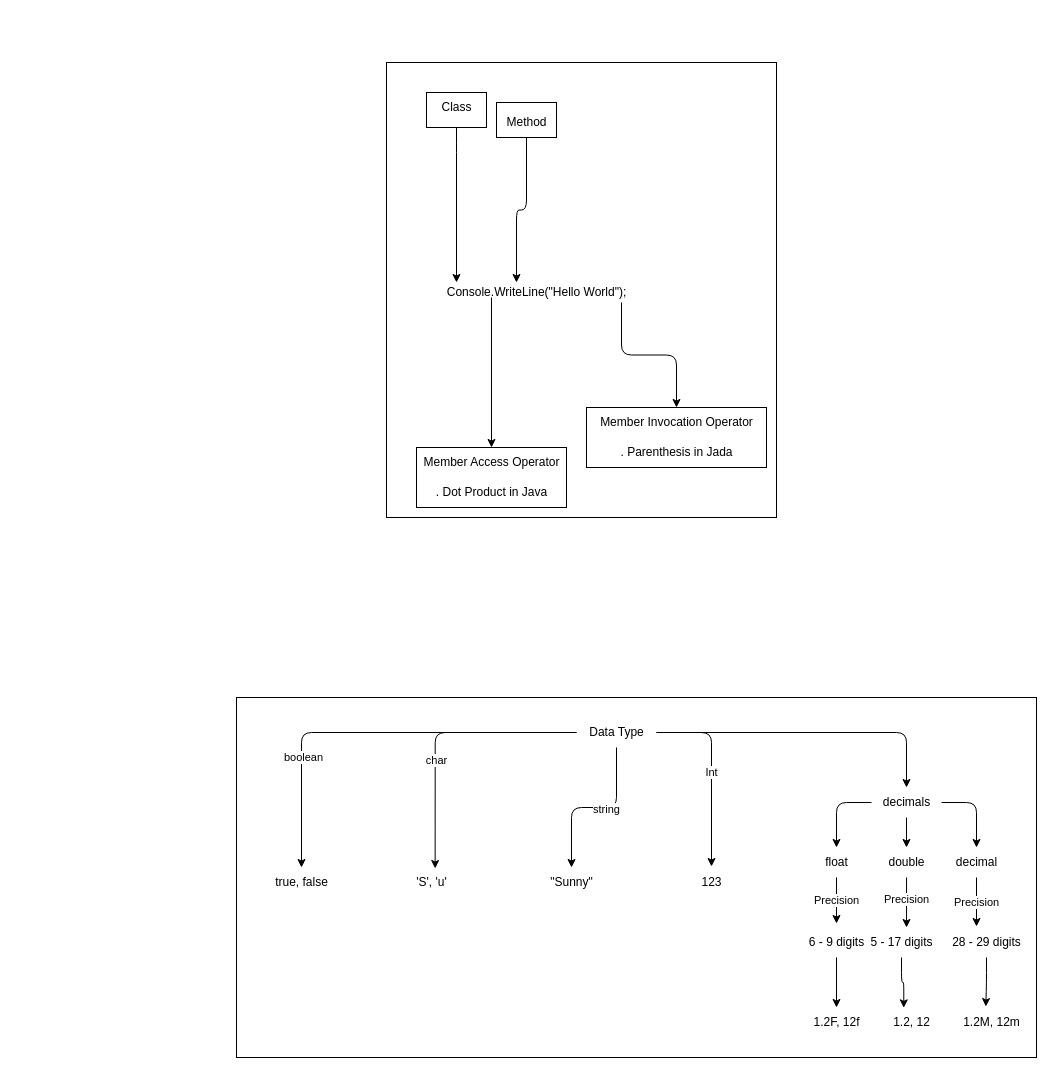
Above: assets/drawio.drawio in sunnybharne/azure-landing-zones (draw.io), before the change. Source tidied: cells renumbered, new cells numbered last; positions are measured from the earlier drawing's top-left corner, leaving out a move shared by most shapes. Both pictures are drawn from the tidied source at 100%, with x=0, y=0 at pixel (236, 62).
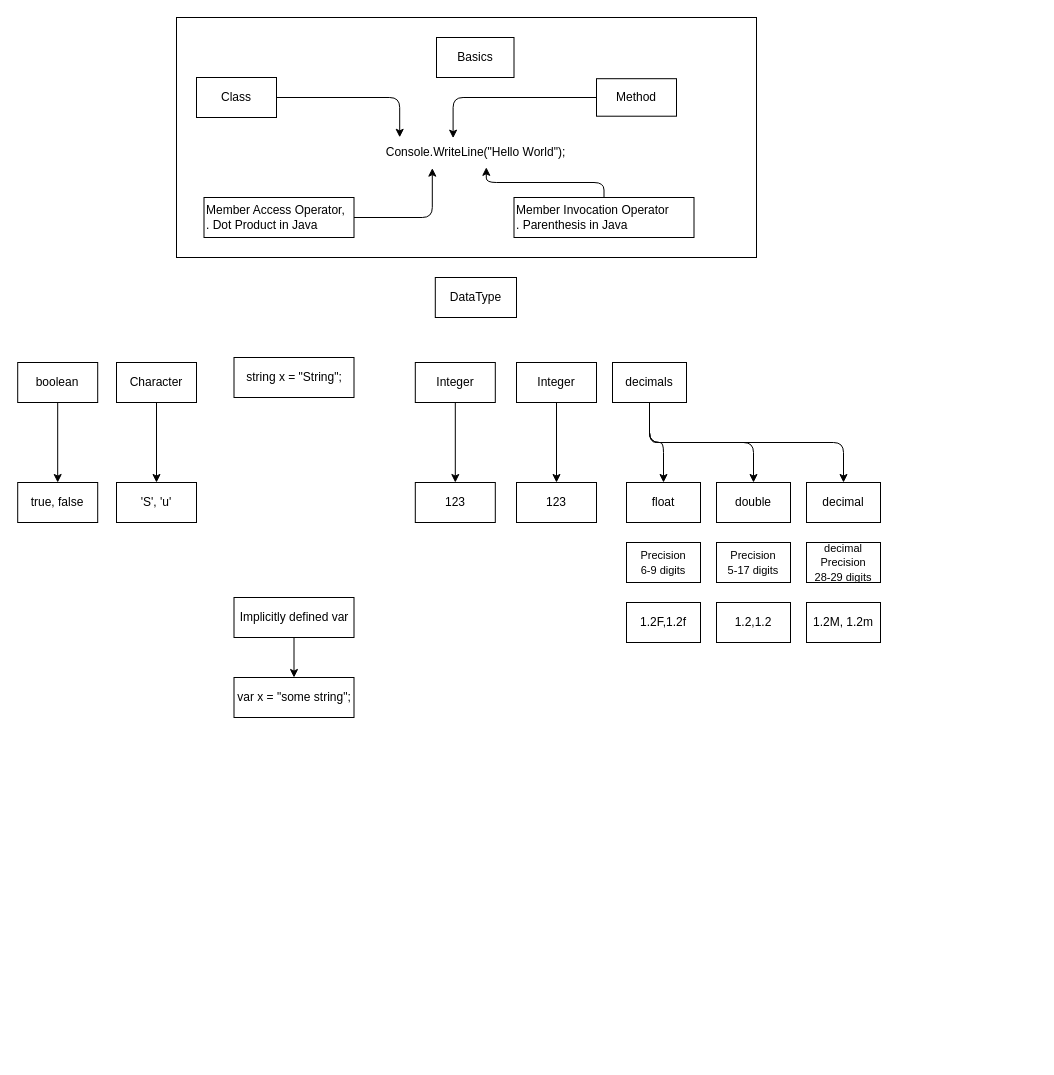
After the change.

Commit message (it also covers changes not shown here):
feat: added now drawio assets fetch pipeline

Unchanged cells that the change refers to:
```xml
<mxCell id="13" style="rounded=0;whiteSpace=wrap;html=1;fillColor=none;strokeColor=none;" parent="1" vertex="1">
  <mxGeometry x="250" y="225" width="10" height="10" as="geometry" />
</mxCell>
<mxCell id="20" style="rounded=0;whiteSpace=wrap;html=1;fillColor=none;strokeColor=none;" parent="1" vertex="1">
  <mxGeometry x="380" y="220" width="10" height="20" as="geometry" />
</mxCell>
```

The edit, as a diff of the source:
```diff
@@
-    <mxCell id="2" style="rounded=0;whiteSpace=wrap;html=1;fillColor=default;" parent="1" vertex="1">
-      <mxGeometry y="635" width="800" height="360" as="geometry" />
-    </mxCell>
-    <mxCell id="3" style="rounded=0;whiteSpace=wrap;html=1;fillColor=default;" parent="1" vertex="1">
-      <mxGeometry x="150" width="390" height="455" as="geometry" />
-    </mxCell>
+    <mxCell id="56" style="edgeStyle=orthogonalEdgeStyle;html=1;entryX=0.122;entryY=-0.006;entryDx=0;entryDy=0;entryPerimeter=0;" parent="1" edge="1" source="4" target="8">
+      <mxGeometry relative="1" as="geometry" />
+    </mxCell>
-    <mxCell id="4" style="rounded=0;whiteSpace=wrap;html=1;fillColor=default;" parent="1" vertex="1">
-      <mxGeometry x="190" y="30" width="60" height="35" as="geometry" />
+    <mxCell id="4" value="Class" style="rounded=0;whiteSpace=wrap;html=1;fillColor=default;" parent="1" vertex="1">
+      <mxGeometry x="-40" y="15" width="80" height="40" as="geometry" />
     </mxCell>
+    <mxCell id="57" style="edgeStyle=orthogonalEdgeStyle;html=1;entryX=0.389;entryY=0.022;entryDx=0;entryDy=0;entryPerimeter=0;" parent="1" edge="1" source="5" target="8">
+      <mxGeometry relative="1" as="geometry" />
+    </mxCell>
-    <mxCell id="5" style="rounded=0;whiteSpace=wrap;html=1;fillColor=default;" parent="1" vertex="1">
-      <mxGeometry x="260" y="40" width="60" height="35" as="geometry" />
+    <mxCell id="5" value="Method" style="rounded=0;whiteSpace=wrap;html=1;fillColor=default;" parent="1" vertex="1">
+      <mxGeometry x="360" y="16.2" width="80" height="37.5" as="geometry" />
     </mxCell>
+    <mxCell id="58" style="edgeStyle=orthogonalEdgeStyle;html=1;entryX=0.555;entryY=0.994;entryDx=0;entryDy=0;entryPerimeter=0;" parent="1" edge="1" source="6" target="8">
+      <mxGeometry relative="1" as="geometry" />
+    </mxCell>
-    <mxCell id="6" style="rounded=0;whiteSpace=wrap;html=1;fillColor=default;" parent="1" vertex="1">
-      <mxGeometry x="350" y="345" width="180" height="60" as="geometry" />
+    <mxCell id="6" value="&lt;span style=&quot;&quot;&gt;Member Invocation Operator&lt;br&gt;&lt;/span&gt;&lt;span style=&quot;text-align: center;&quot;&gt;. Parenthesis in Java&lt;/span&gt;" style="rounded=0;whiteSpace=wrap;html=1;fillColor=default;align=left;" parent="1" vertex="1">
+      <mxGeometry x="277.5" y="135" width="180" height="40" as="geometry" />
     </mxCell>
+    <mxCell id="59" style="edgeStyle=orthogonalEdgeStyle;html=1;entryX=0.285;entryY=1.022;entryDx=0;entryDy=0;entryPerimeter=0;" parent="1" edge="1" source="7" target="8">
+      <mxGeometry relative="1" as="geometry" />
+    </mxCell>
-    <mxCell id="7" style="rounded=0;whiteSpace=wrap;html=1;fillColor=default;" parent="1" vertex="1">
-      <mxGeometry x="180" y="385" width="150" height="60" as="geometry" />
+    <mxCell id="7" value="&lt;span style=&quot;&quot;&gt;Member Access Operator,&amp;nbsp;&lt;br&gt;&lt;/span&gt;&lt;span style=&quot;&quot;&gt;. Dot Product in Java&lt;/span&gt;" style="rounded=0;whiteSpace=wrap;html=1;fillColor=default;align=left;" parent="1" vertex="1">
+      <mxGeometry x="-32.5" y="135" width="150" height="40" as="geometry" />
     </mxCell>
     <mxCell id="8" value="Console.WriteLine(&quot;Hello World&quot;);" style="text;html=1;align=center;verticalAlign=middle;points=[];strokeColor=none;fillColor=none;" parent="1" vertex="1">
-      <mxGeometry x="200" y="215" width="200" height="30" as="geometry" />
+      <mxGeometry x="138.8" y="75" width="200" height="30" as="geometry" />
     </mxCell>
-    <mxCell id="9" style="edgeStyle=orthogonalEdgeStyle;html=1;entryX=0.25;entryY=0;entryDx=0;entryDy=0;" parent="1" edge="1" target="11">
-      <mxGeometry relative="1" as="geometry">
-        <mxPoint x="220" y="65" as="sourcePoint" />
-        <Array as="points">
-          <mxPoint x="220" y="80" />
-        </Array>
-      </mxGeometry>
-    </mxCell>
-    <mxCell id="10" value="Class" style="text;html=1;align=center;verticalAlign=middle;strokeColor=none;fillColor=none;" parent="1" vertex="1">
-      <mxGeometry x="195" y="30" width="50" height="30" as="geometry" />
-    </mxCell>
-    <mxCell id="11" style="rounded=0;whiteSpace=wrap;html=1;fillColor=none;strokeColor=none;" parent="1" vertex="1">
-      <mxGeometry x="210" y="220" width="40" height="20" as="geometry" />
-    </mxCell>
-    <mxCell id="12" style="edgeStyle=orthogonalEdgeStyle;html=1;" parent="1" edge="1" source="13" target="14">
-      <mxGeometry relative="1" as="geometry" />
-    </mxCell>
@@
-    <mxCell id="14" value="Member Access Operator" style="text;html=1;align=center;verticalAlign=middle;points=[];strokeColor=none;fillColor=none;" parent="1" vertex="1">
-      <mxGeometry x="175" y="385" width="160" height="30" as="geometry" />
-    </mxCell>
-    <mxCell id="15" value=". Dot Product in Java" style="text;html=1;align=center;verticalAlign=middle;strokeColor=none;fillColor=none;" parent="1" vertex="1">
-      <mxGeometry x="190" y="415" width="130" height="30" as="geometry" />
-    </mxCell>
-    <mxCell id="16" style="edgeStyle=orthogonalEdgeStyle;html=1;entryX=0.5;entryY=0;entryDx=0;entryDy=0;" parent="1" edge="1" source="17" target="18">
-      <mxGeometry relative="1" as="geometry" />
-    </mxCell>
-    <mxCell id="17" value="Method" style="text;html=1;align=center;verticalAlign=middle;points=[];strokeColor=none;fillColor=none;" parent="1" vertex="1">
-      <mxGeometry x="260" y="45" width="60" height="30" as="geometry" />
-    </mxCell>
     <mxCell id="18" style="rounded=0;whiteSpace=wrap;html=1;fillColor=none;strokeColor=none;" parent="1" vertex="1">
-      <mxGeometry x="260" y="220" width="40" height="20" as="geometry" />
+      <mxGeometry x="390" y="105" width="40" height="20" as="geometry" />
     </mxCell>
-    <mxCell id="19" style="edgeStyle=orthogonalEdgeStyle;html=1;" parent="1" edge="1" source="20" target="21">
-      <mxGeometry relative="1" as="geometry" />
-    </mxCell>
@@
-    <mxCell id="21" value="Member Invocation Operator" style="text;html=1;align=center;verticalAlign=middle;points=[];strokeColor=none;fillColor=none;" parent="1" vertex="1">
-      <mxGeometry x="350" y="345" width="180" height="30" as="geometry" />
-    </mxCell>
-    <mxCell id="22" value=". Parenthesis in Jada" style="text;html=1;align=center;verticalAlign=middle;" parent="1" vertex="1">
-      <mxGeometry x="370" y="375" width="140" height="30" as="geometry" />
-    </mxCell>
-    <mxCell id="23" style="edgeStyle=orthogonalEdgeStyle;html=1;entryX=0.573;entryY=0.033;entryDx=0;entryDy=0;entryPerimeter=0;" parent="1" edge="1" source="31" target="32">
-      <mxGeometry relative="1" as="geometry" />
-    </mxCell>
-    <mxCell id="24" value="char" style="edgeLabel;html=1;align=center;verticalAlign=middle;" parent="23" vertex="1">
-      <mxGeometry x="0.22" y="1" relative="1" as="geometry" />
-    </mxCell>
-    <mxCell id="25" style="edgeStyle=orthogonalEdgeStyle;html=1;" parent="1" edge="1" source="31" target="33">
-      <mxGeometry relative="1" as="geometry" />
-    </mxCell>
-    <mxCell id="26" value="string" style="edgeLabel;html=1;align=center;verticalAlign=middle;" parent="25" vertex="1">
-      <mxGeometry x="-0.14" y="1" relative="1" as="geometry" />
-    </mxCell>
-    <mxCell id="27" value="Int" style="edgeStyle=orthogonalEdgeStyle;html=1;entryX=0.5;entryY=-0.033;entryDx=0;entryDy=0;entryPerimeter=0;" parent="1" edge="1" source="31" target="34">
-      <mxGeometry relative="1" as="geometry" />
-    </mxCell>
-    <mxCell id="28" style="edgeStyle=orthogonalEdgeStyle;html=1;" parent="1" edge="1" source="31" target="38">
-      <mxGeometry relative="1" as="geometry" />
-    </mxCell>
-    <mxCell id="29" style="edgeStyle=orthogonalEdgeStyle;html=1;" parent="1" edge="1" source="31" target="55">
-      <mxGeometry relative="1" as="geometry" />
-    </mxCell>
-    <mxCell id="30" value="boolean" style="edgeLabel;html=1;align=center;verticalAlign=middle;points=[];" parent="29" vertex="1">
-      <mxGeometry x="0.46" y="1" relative="1" as="geometry" />
-    </mxCell>
-    <mxCell id="31" value="Data Type" style="text;html=1;align=center;verticalAlign=middle;points=[];strokeColor=none;fillColor=none;" parent="1" vertex="1">
-      <mxGeometry x="340" y="655" width="80" height="30" as="geometry" />
-    </mxCell>
-    <mxCell id="32" value="'S', 'u'" style="text;html=1;align=center;verticalAlign=middle;points=[];strokeColor=none;fillColor=none;" parent="1" vertex="1">
-      <mxGeometry x="170" y="805" width="50" height="30" as="geometry" />
-    </mxCell>
-    <mxCell id="33" value="&quot;Sunny&quot;" style="text;html=1;align=center;verticalAlign=middle;points=[];strokeColor=none;fillColor=none;" parent="1" vertex="1">
-      <mxGeometry x="300" y="805" width="70" height="30" as="geometry" />
-    </mxCell>
-    <mxCell id="34" value="123" style="text;html=1;align=center;verticalAlign=middle;points=[];strokeColor=none;fillColor=none;" parent="1" vertex="1">
-      <mxGeometry x="455" y="805" width="40" height="30" as="geometry" />
-    </mxCell>
+    <mxCell id="60" style="rounded=0;whiteSpace=wrap;html=1;fillColor=none;strokeColor=none;" parent="1" vertex="1">
+      <mxGeometry x="380" y="225" width="10" height="20" as="geometry" />
+    </mxCell>
+    <mxCell id="61" value="DataType" style="rounded=0;whiteSpace=wrap;html=1;" parent="1" vertex="1">
+      <mxGeometry x="198.8" y="215" width="81.2" height="40" as="geometry" />
+    </mxCell>
-    <mxCell id="35" style="edgeStyle=orthogonalEdgeStyle;html=1;" parent="1" edge="1" source="38" target="40">
+    <mxCell id="35" style="edgeStyle=orthogonalEdgeStyle;html=1;entryX=0.5;entryY=0;entryDx=0;entryDy=0;" parent="1" edge="1" source="38" target="40">
       <mxGeometry relative="1" as="geometry" />
     </mxCell>
-    <mxCell id="36" style="edgeStyle=orthogonalEdgeStyle;html=1;" parent="1" edge="1" source="38" target="43">
-      <mxGeometry relative="1" as="geometry" />
+    <mxCell id="36" style="edgeStyle=orthogonalEdgeStyle;html=1;entryX=0.5;entryY=0;entryDx=0;entryDy=0;" parent="1" edge="1" source="38" target="43">
+      <mxGeometry relative="1" as="geometry">
+        <Array as="points">
+          <mxPoint x="413" y="380" />
+          <mxPoint x="517" y="380" />
+        </Array>
+      </mxGeometry>
     </mxCell>
     <mxCell id="37" style="edgeStyle=orthogonalEdgeStyle;html=1;" parent="1" edge="1" source="38" target="45">
-      <mxGeometry relative="1" as="geometry" />
+      <mxGeometry relative="1" as="geometry">
+        <Array as="points">
+          <mxPoint x="413" y="380" />
+          <mxPoint x="607" y="380" />
+        </Array>
+      </mxGeometry>
     </mxCell>
-    <mxCell id="38" value="decimals" style="text;html=1;align=center;verticalAlign=middle;points=[];strokeColor=none;fillColor=none;" parent="1" vertex="1">
-      <mxGeometry x="635" y="725" width="70" height="30" as="geometry" />
+    <mxCell id="38" value="decimals" style="rounded=0;whiteSpace=wrap;html=1;" parent="1" vertex="1">
+      <mxGeometry x="376" y="300" width="74" height="40" as="geometry" />
     </mxCell>
-    <mxCell id="39" value="Precision" style="edgeStyle=orthogonalEdgeStyle;html=1;entryX=0.5;entryY=-0.133;entryDx=0;entryDy=0;entryPerimeter=0;" parent="1" edge="1" source="40" target="47">
-      <mxGeometry relative="1" as="geometry" />
-    </mxCell>
+    <mxCell id="62" value="Basics" style="rounded=0;whiteSpace=wrap;html=1;" parent="1" vertex="1">
+      <mxGeometry x="200" y="-25" width="77.5" height="40" as="geometry" />
+    </mxCell>
+    <mxCell id="63" style="edgeStyle=orthogonalEdgeStyle;html=1;entryX=0.5;entryY=0;entryDx=0;entryDy=0;" parent="1" edge="1" source="30" target="55">
+      <mxGeometry relative="1" as="geometry" />
+    </mxCell>
+    <mxCell id="30" value="boolean" style="rounded=0;whiteSpace=wrap;html=1;" parent="1" vertex="1">
+      <mxGeometry x="-218.8" y="300" width="80" height="40" as="geometry" />
+    </mxCell>
+    <mxCell id="55" value="true, false" style="rounded=0;whiteSpace=wrap;html=1;" parent="1" vertex="1">
+      <mxGeometry x="-218.8" y="420" width="80" height="40" as="geometry" />
+    </mxCell>
+    <mxCell id="64" style="edgeStyle=orthogonalEdgeStyle;html=1;entryX=0.5;entryY=0;entryDx=0;entryDy=0;" parent="1" edge="1" source="65" target="32">
+      <mxGeometry relative="1" as="geometry" />
+    </mxCell>
+    <mxCell id="65" value="Character" style="rounded=0;whiteSpace=wrap;html=1;" parent="1" vertex="1">
+      <mxGeometry x="-120" y="300" width="80" height="40" as="geometry" />
+    </mxCell>
+    <mxCell id="32" value="'S', 'u'" style="rounded=0;whiteSpace=wrap;html=1;" parent="1" vertex="1">
+      <mxGeometry x="-120" y="420" width="80" height="40" as="geometry" />
+    </mxCell>
+    <mxCell id="66" value="string x = &quot;String&quot;;" style="rounded=0;whiteSpace=wrap;html=1;" parent="1" vertex="1">
+      <mxGeometry x="-2.5" y="295" width="120" height="40" as="geometry" />
+    </mxCell>
+    <mxCell id="67" style="edgeStyle=orthogonalEdgeStyle;html=1;entryX=0.5;entryY=0;entryDx=0;entryDy=0;" parent="1" edge="1" source="68" target="69">
+      <mxGeometry relative="1" as="geometry" />
+    </mxCell>
+    <mxCell id="68" value="Integer" style="rounded=0;whiteSpace=wrap;html=1;" parent="1" vertex="1">
+      <mxGeometry x="178.8" y="300" width="80" height="40" as="geometry" />
+    </mxCell>
+    <mxCell id="69" value="123" style="rounded=0;whiteSpace=wrap;html=1;" parent="1" vertex="1">
+      <mxGeometry x="178.8" y="420" width="80" height="40" as="geometry" />
+    </mxCell>
+    <mxCell id="70" style="edgeStyle=orthogonalEdgeStyle;html=1;entryX=0.5;entryY=0;entryDx=0;entryDy=0;" parent="1" edge="1" source="71" target="72">
+      <mxGeometry relative="1" as="geometry" />
+    </mxCell>
+    <mxCell id="71" value="Integer" style="rounded=0;whiteSpace=wrap;html=1;" parent="1" vertex="1">
+      <mxGeometry x="280" y="300" width="80" height="40" as="geometry" />
+    </mxCell>
+    <mxCell id="72" value="123" style="rounded=0;whiteSpace=wrap;html=1;" parent="1" vertex="1">
+      <mxGeometry x="280" y="420" width="80" height="40" as="geometry" />
+    </mxCell>
+    <mxCell id="73" value="&lt;span style=&quot;font-size: 11px;&quot;&gt;Precision&lt;/span&gt;&lt;br style=&quot;font-size: 11px;&quot;&gt;&lt;span style=&quot;font-size: 11px;&quot;&gt;6-9 digits&lt;/span&gt;" style="rounded=0;whiteSpace=wrap;html=1;" parent="1" vertex="1">
+      <mxGeometry x="390" y="480" width="74" height="40" as="geometry" />
+    </mxCell>
+    <mxCell id="74" value="&lt;span style=&quot;font-size: 11px;&quot;&gt;Precision&lt;/span&gt;&lt;br style=&quot;font-size: 11px;&quot;&gt;&lt;span style=&quot;font-size: 11px;&quot;&gt;5-17 digits&lt;/span&gt;" style="rounded=0;whiteSpace=wrap;html=1;" parent="1" vertex="1">
+      <mxGeometry x="480" y="480" width="74" height="40" as="geometry" />
+    </mxCell>
+    <mxCell id="75" value="&lt;span style=&quot;font-size: 11px;&quot;&gt;decimal&lt;/span&gt;&lt;br style=&quot;font-size: 11px;&quot;&gt;&lt;span style=&quot;font-size: 11px;&quot;&gt;Precision&lt;/span&gt;&lt;br style=&quot;font-size: 11px;&quot;&gt;&lt;span style=&quot;font-size: 11px;&quot;&gt;28-29 digits&lt;/span&gt;" style="rounded=0;whiteSpace=wrap;html=1;" parent="1" vertex="1">
+      <mxGeometry x="570" y="480" width="74" height="40" as="geometry" />
+    </mxCell>
-    <mxCell id="40" value="float" style="text;html=1;align=center;verticalAlign=middle;points=[];strokeColor=none;fillColor=none;" parent="1" vertex="1">
-      <mxGeometry x="575" y="785" width="50" height="30" as="geometry" />
+    <mxCell id="40" value="float" style="rounded=0;whiteSpace=wrap;html=1;" parent="1" vertex="1">
+      <mxGeometry x="390" y="420" width="74" height="40" as="geometry" />
     </mxCell>
-    <mxCell id="41" style="edgeStyle=orthogonalEdgeStyle;html=1;entryX=0.556;entryY=0;entryDx=0;entryDy=0;entryPerimeter=0;" parent="1" edge="1" source="43" target="49">
-      <mxGeometry relative="1" as="geometry" />
-    </mxCell>
-    <mxCell id="42" value="Precision" style="edgeLabel;html=1;align=center;verticalAlign=middle;" parent="41" vertex="1">
-      <mxGeometry x="-0.16" y="-1" relative="1" as="geometry" />
-    </mxCell>
-    <mxCell id="43" value="double" style="text;html=1;align=center;verticalAlign=middle;points=[];strokeColor=none;fillColor=none;" parent="1" vertex="1">
-      <mxGeometry x="640" y="785" width="60" height="30" as="geometry" />
+    <mxCell id="43" value="double" style="rounded=0;whiteSpace=wrap;html=1;" parent="1" vertex="1">
+      <mxGeometry x="480" y="420" width="74" height="40" as="geometry" />
     </mxCell>
-    <mxCell id="44" value="Precision" style="edgeStyle=orthogonalEdgeStyle;html=1;entryX=0.389;entryY=-0.033;entryDx=0;entryDy=0;entryPerimeter=0;" parent="1" edge="1" source="45" target="51">
-      <mxGeometry relative="1" as="geometry" />
-    </mxCell>
-    <mxCell id="45" value="decimal" style="text;html=1;align=center;verticalAlign=middle;points=[];strokeColor=none;fillColor=none;" parent="1" vertex="1">
-      <mxGeometry x="710" y="785" width="60" height="30" as="geometry" />
+    <mxCell id="45" value="decimal" style="rounded=0;whiteSpace=wrap;html=1;" parent="1" vertex="1">
+      <mxGeometry x="570" y="420" width="74" height="40" as="geometry" />
     </mxCell>
-    <mxCell id="46" style="edgeStyle=orthogonalEdgeStyle;html=1;" parent="1" edge="1" source="47" target="52">
-      <mxGeometry relative="1" as="geometry" />
-    </mxCell>
-    <mxCell id="47" value="6 - 9 digits" style="text;html=1;align=center;verticalAlign=middle;points=[];strokeColor=none;fillColor=none;" parent="1" vertex="1">
-      <mxGeometry x="560" y="865" width="80" height="30" as="geometry" />
-    </mxCell>
-    <mxCell id="48" style="edgeStyle=orthogonalEdgeStyle;html=1;entryX=0.371;entryY=0.011;entryDx=0;entryDy=0;entryPerimeter=0;" parent="1" edge="1" source="49" target="53">
-      <mxGeometry relative="1" as="geometry" />
-    </mxCell>
-    <mxCell id="49" value="5 - 17 digits" style="text;html=1;align=center;verticalAlign=middle;points=[];strokeColor=none;fillColor=none;" parent="1" vertex="1">
-      <mxGeometry x="620" y="865" width="90" height="30" as="geometry" />
-    </mxCell>
-    <mxCell id="50" style="edgeStyle=orthogonalEdgeStyle;html=1;entryX=0.429;entryY=-0.033;entryDx=0;entryDy=0;entryPerimeter=0;" parent="1" edge="1" source="51" target="54">
-      <mxGeometry relative="1" as="geometry" />
-    </mxCell>
-    <mxCell id="51" value="28 - 29 digits" style="text;html=1;align=center;verticalAlign=middle;points=[];strokeColor=none;fillColor=none;" parent="1" vertex="1">
-      <mxGeometry x="705" y="865" width="90" height="30" as="geometry" />
-    </mxCell>
-    <mxCell id="52" value="1.2F, 12f" style="text;html=1;align=center;verticalAlign=middle;points=[];strokeColor=none;fillColor=none;" parent="1" vertex="1">
-      <mxGeometry x="565" y="945" width="70" height="30" as="geometry" />
-    </mxCell>
-    <mxCell id="53" value="1.2, 12" style="text;html=1;align=center;verticalAlign=middle;points=[];strokeColor=none;fillColor=none;" parent="1" vertex="1">
-      <mxGeometry x="645" y="945" width="60" height="30" as="geometry" />
-    </mxCell>
-    <mxCell id="54" value="1.2M, 12m" style="text;html=1;align=center;verticalAlign=middle;points=[];strokeColor=none;fillColor=none;" parent="1" vertex="1">
-      <mxGeometry x="715" y="945" width="80" height="30" as="geometry" />
-    </mxCell>
-    <mxCell id="55" value="true, false" style="text;html=1;align=center;verticalAlign=middle;points=[];strokeColor=none;fillColor=none;" parent="1" vertex="1">
-      <mxGeometry x="25" y="805" width="80" height="30" as="geometry" />
-    </mxCell>
+    <mxCell id="76" value="1.2F,1.2f" style="rounded=0;whiteSpace=wrap;html=1;" parent="1" vertex="1">
+      <mxGeometry x="390" y="540" width="74" height="40" as="geometry" />
+    </mxCell>
+    <mxCell id="77" value="1.2,1.2" style="rounded=0;whiteSpace=wrap;html=1;" parent="1" vertex="1">
+      <mxGeometry x="480" y="540" width="74" height="40" as="geometry" />
+    </mxCell>
+    <mxCell id="78" value="1.2M, 1.2m" style="rounded=0;whiteSpace=wrap;html=1;" parent="1" vertex="1">
+      <mxGeometry x="570" y="540" width="74" height="40" as="geometry" />
+    </mxCell>
+    <mxCell id="79" style="rounded=0;whiteSpace=wrap;html=1;labelBackgroundColor=none;fillColor=none;" parent="1" vertex="1">
+      <mxGeometry x="-60" y="-45" width="580" height="240" as="geometry" />
+    </mxCell>
+    <mxCell id="80" style="edgeStyle=orthogonalEdgeStyle;html=1;entryX=0.5;entryY=0;entryDx=0;entryDy=0;" parent="1" edge="1" source="81" target="82">
+      <mxGeometry relative="1" as="geometry" />
+    </mxCell>
+    <mxCell id="81" value="Implicitly defined var" style="rounded=0;whiteSpace=wrap;html=1;" parent="1" vertex="1">
+      <mxGeometry x="-2.5" y="535" width="120" height="40" as="geometry" />
+    </mxCell>
+    <mxCell id="82" value="var x = &quot;some string&quot;;" style="rounded=0;whiteSpace=wrap;html=1;" parent="1" vertex="1">
+      <mxGeometry x="-2.5" y="615" width="120" height="40" as="geometry" />
+    </mxCell>
```
